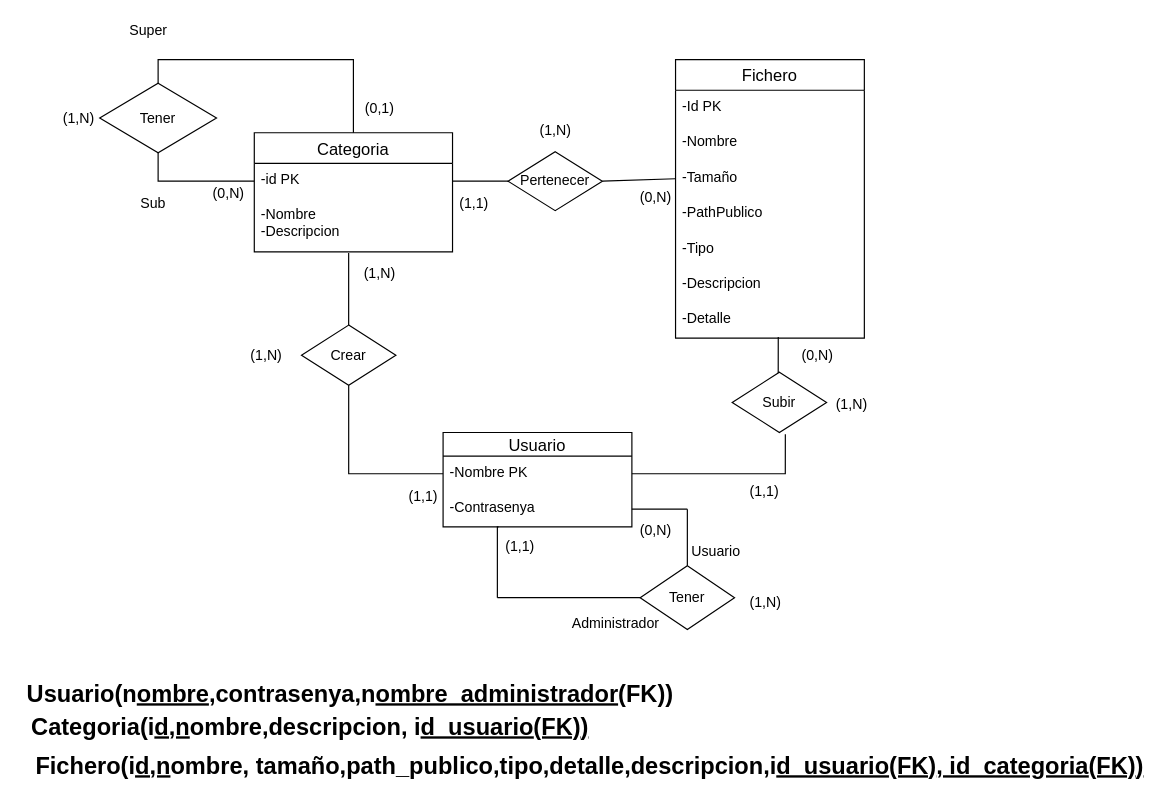
Before: diagramaProyectoMultimedia.drawio.xml in JoanHurtadoKuin/ProyectoGestorMultimedia, a draw.io diagram. Source tidied: cells renumbered, new cells numbered last; positions are measured from the earlier drawing's top-left corner, leaving out a move shared by most shapes. Both pictures are drawn from the tidied source at 118%, with x=0, y=0 at pixel (20, 20).
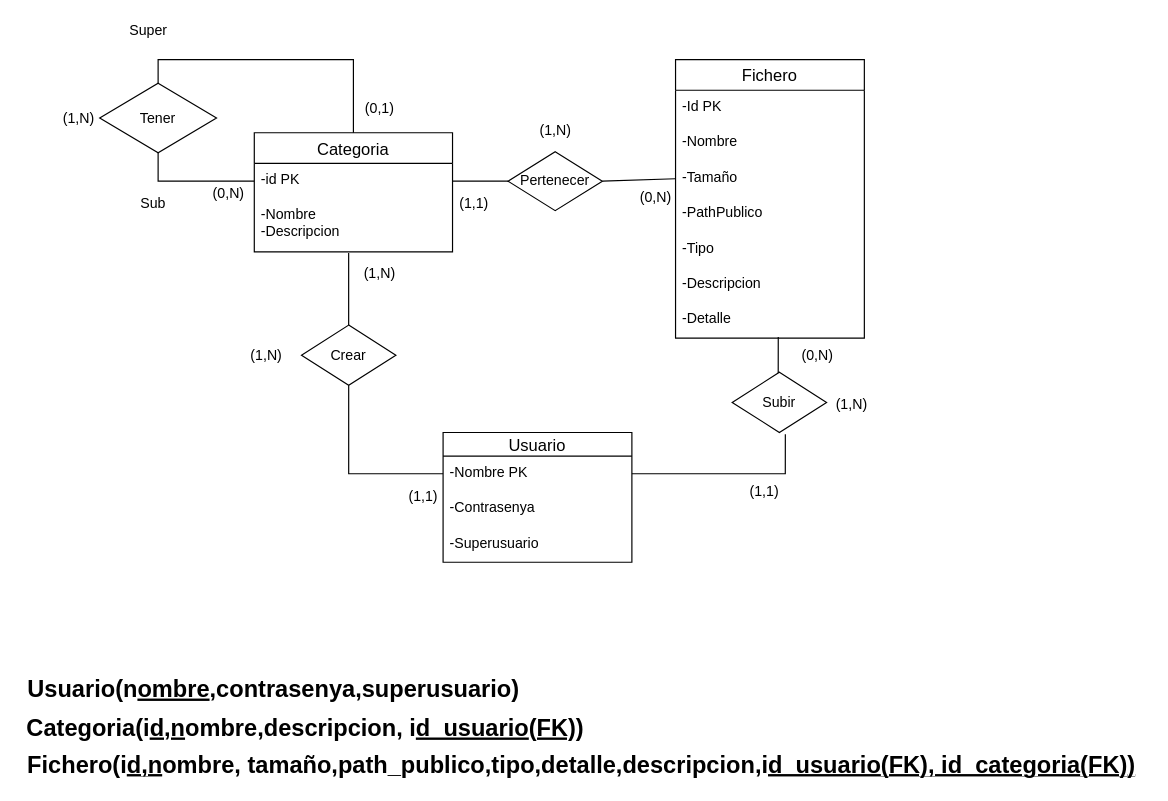
Above is the later version.

The change refers to these unchanged cells:
```xml
<mxCell id="4" value="-Contrasenya" style="text;strokeColor=none;fillColor=none;spacingLeft=4;spacingRight=4;overflow=hidden;points=[[0,0.5],[1,0.5]];portConstraint=eastwest;fontSize=12;" parent="2" vertex="1">
  <mxGeometry y="50" width="160" height="30" as="geometry" />
</mxCell>
```

The edit, as a diff of the source:
```diff
@@
     <mxCell id="2" value="Usuario" style="swimlane;fontStyle=0;horizontal=1;startSize=20;align=center;fontSize=14;" parent="1" vertex="1">
-      <mxGeometry x="358" y="349" width="160" height="80" as="geometry" />
+      <mxGeometry x="358" y="349" width="160" height="110" as="geometry" />
     </mxCell>
@@
+    <mxCell id="55" value="-Superusuario" style="text;strokeColor=none;fillColor=none;spacingLeft=4;spacingRight=4;overflow=hidden;fontSize=12;" parent="2" vertex="1">
+      <mxGeometry y="80" width="160" height="30" as="geometry" />
+    </mxCell>
@@
-    <mxCell id="41" value="&lt;font style=&quot;font-size: 20px;&quot;&gt;&lt;b&gt;Usuario(n&lt;u&gt;ombre&lt;/u&gt;,contrasenya,n&lt;u&gt;ombre_administrador&lt;/u&gt;(FK))&lt;/b&gt;&lt;/font&gt;" style="text;html=1;align=center;verticalAlign=middle;strokeColor=none;fillColor=none;" parent="1" vertex="1">
-      <mxGeometry y="559" width="558" height="21" as="geometry" />
+    <mxCell id="41" value="&lt;font style=&quot;font-size: 20px;&quot;&gt;&lt;b&gt;Usuario(n&lt;u&gt;ombre&lt;/u&gt;,contrasenya,superusuario)&lt;/b&gt;&lt;/font&gt;" style="text;html=1;align=center;verticalAlign=middle;strokeColor=none;fillColor=none;" parent="1" vertex="1">
+      <mxGeometry y="555" width="427" height="21" as="geometry" />
     </mxCell>
     <mxCell id="42" value="&lt;b&gt;Categoria(i&lt;u&gt;d,n&lt;/u&gt;ombre,descripcion, i&lt;u&gt;d_usuario&lt;/u&gt;&lt;/b&gt;&lt;b&gt;&lt;u&gt;(FK)&lt;/u&gt;&lt;/b&gt;&lt;b&gt;&lt;u&gt;)&lt;/u&gt;&lt;/b&gt;" style="text;html=1;align=center;verticalAlign=middle;strokeColor=none;fillColor=none;fontSize=20;" parent="1" vertex="1">
-      <mxGeometry x="4" y="584" width="482" height="28" as="geometry" />
+      <mxGeometry y="585" width="482" height="28" as="geometry" />
     </mxCell>
     <mxCell id="43" value="&lt;b&gt;Fichero(i&lt;u&gt;d,n&lt;/u&gt;ombre, tamaño,path_publico,tipo,detalle,descripcion,i&lt;u&gt;d_usuario&lt;/u&gt;&lt;/b&gt;&lt;b&gt;&lt;u&gt;(FK)&lt;/u&gt;&lt;/b&gt;&lt;b&gt;&lt;u&gt;, id_categoria&lt;/u&gt;&lt;/b&gt;&lt;b&gt;&lt;u&gt;(FK)&lt;/u&gt;&lt;/b&gt;&lt;b&gt;&lt;u&gt;)&lt;/u&gt;&lt;/b&gt;" style="text;html=1;align=center;verticalAlign=middle;strokeColor=none;fillColor=none;fontSize=20;" parent="1" vertex="1">
-      <mxGeometry x="7" y="617" width="949" height="28" as="geometry" />
+      <mxGeometry y="616" width="949" height="28" as="geometry" />
     </mxCell>
-    <mxCell id="44" style="edgeStyle=orthogonalEdgeStyle;rounded=0;jettySize=auto;html=1;exitX=0.5;exitY=0;exitDx=0;exitDy=0;endArrow=none;endFill=0;" parent="1" edge="1" source="46">
-      <mxGeometry relative="1" as="geometry">
-        <mxPoint x="565" y="414" as="targetPoint" />
-      </mxGeometry>
-    </mxCell>
-    <mxCell id="45" style="edgeStyle=orthogonalEdgeStyle;rounded=0;jettySize=auto;html=1;exitX=0;exitY=0.5;exitDx=0;exitDy=0;endArrow=none;endFill=0;" parent="1" edge="1" source="46">
-      <mxGeometry relative="1" as="geometry">
-        <mxPoint x="404" y="489" as="targetPoint" />
-      </mxGeometry>
-    </mxCell>
-    <mxCell id="46" value="Tener" style="rhombus;whiteSpace=wrap;html=1;" parent="1" vertex="1">
-      <mxGeometry x="525" y="462" width="80" height="54" as="geometry" />
-    </mxCell>
-    <mxCell id="47" style="rounded=0;jettySize=auto;html=1;exitX=1;exitY=0.5;exitDx=0;exitDy=0;endArrow=none;endFill=0;" parent="1" edge="1" source="4">
-      <mxGeometry relative="1" as="geometry">
-        <mxPoint x="565" y="414" as="targetPoint" />
-      </mxGeometry>
-    </mxCell>
-    <mxCell id="48" style="edgeStyle=orthogonalEdgeStyle;rounded=0;orthogonalLoop=1;jettySize=auto;html=1;endArrow=none;endFill=0;" parent="1" edge="1">
-      <mxGeometry relative="1" as="geometry">
-        <mxPoint x="405" y="429" as="sourcePoint" />
-        <mxPoint x="404" y="489" as="targetPoint" />
-        <Array as="points">
-          <mxPoint x="405" y="429" />
-          <mxPoint x="404" y="429" />
-        </Array>
-      </mxGeometry>
-    </mxCell>
-    <mxCell id="49" value="Administrador" style="text;html=1;align=center;verticalAlign=middle;strokeColor=none;fillColor=none;" parent="1" vertex="1">
-      <mxGeometry x="462" y="502" width="84" height="18" as="geometry" />
-    </mxCell>
-    <mxCell id="50" value="Usuario&lt;br&gt;" style="text;html=1;align=center;verticalAlign=middle;strokeColor=none;fillColor=none;" parent="1" vertex="1">
-      <mxGeometry x="563" y="441" width="51" height="18" as="geometry" />
-    </mxCell>
-    <mxCell id="51" value="(1,1)" style="text;html=1;align=center;verticalAlign=middle;strokeColor=none;fillColor=none;" parent="1" vertex="1">
-      <mxGeometry x="405" y="437" width="35" height="18" as="geometry" />
-    </mxCell>
-    <mxCell id="52" value="(0,N)" style="text;html=1;align=center;verticalAlign=middle;strokeColor=none;fillColor=none;" parent="1" vertex="1">
-      <mxGeometry x="519" y="423" width="37" height="18" as="geometry" />
-    </mxCell>
-    <mxCell id="53" value="(1,N)" style="text;html=1;align=center;verticalAlign=middle;strokeColor=none;fillColor=none;" parent="1" vertex="1">
-      <mxGeometry x="612" y="484" width="37" height="18" as="geometry" />
-    </mxCell>
```
